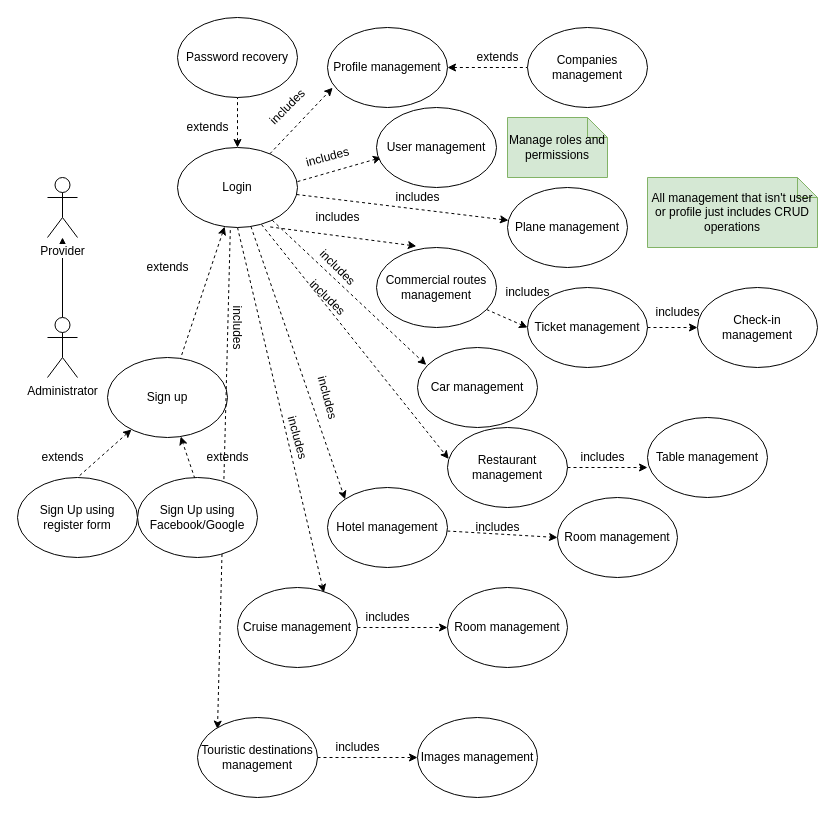
The draw.io diagram Vacanze/Use cases.drawio in NeutronBlast/IS-Ex, before the edit. Source tidied: cells renumbered, new cells numbered last; positions are measured from the earlier drawing's top-left corner, leaving out a move shared by most shapes. Both pictures are drawn from the tidied source at 100%, with x=0, y=0 at pixel (17, 17).
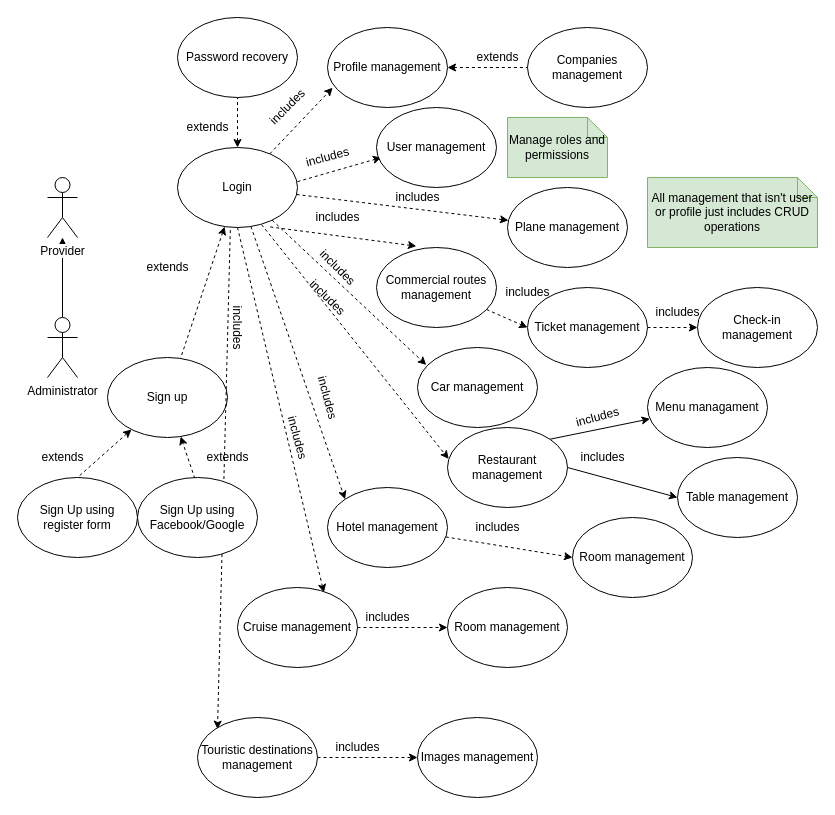
After the change.

The change refers to these unchanged cells:
```xml
<mxCell id="45" value="Restaurant management" style="ellipse;whiteSpace=wrap;html=1;" parent="1" vertex="1">
  <mxGeometry x="430" y="410" width="120" height="80" as="geometry" />
</mxCell>
```

The edit, as a diff of the source:
```diff
@@
-    <mxCell id="44" style="edgeStyle=orthogonalEdgeStyle;rounded=0;jettySize=auto;html=1;exitX=1;exitY=0.5;exitDx=0;exitDy=0;dashed=1;" parent="1" edge="1" source="45">
-      <mxGeometry relative="1" as="geometry">
-        <mxPoint x="630" y="450" as="targetPoint" />
-      </mxGeometry>
+    <mxCell id="44" style="rounded=0;jettySize=auto;html=1;exitX=1;exitY=0.5;exitDx=0;exitDy=0;entryX=0;entryY=0.5;entryDx=0;entryDy=0;" parent="1" edge="1" source="45" target="60">
+      <mxGeometry relative="1" as="geometry" />
     </mxCell>
+    <mxCell id="68" style="rounded=0;jettySize=auto;html=1;exitX=1;exitY=0;exitDx=0;exitDy=0;startArrow=none;startFill=0;endArrow=classic;endFill=1;" parent="1" edge="1" source="45" target="70">
+      <mxGeometry relative="1" as="geometry" />
+    </mxCell>
@@
     <mxCell id="52" value="Room management" style="ellipse;whiteSpace=wrap;html=1;" parent="1" vertex="1">
-      <mxGeometry x="540" y="480" width="120" height="80" as="geometry" />
+      <mxGeometry x="555" y="500" width="120" height="80" as="geometry" />
     </mxCell>
@@
     <mxCell id="60" value="Table management" style="ellipse;whiteSpace=wrap;html=1;" parent="1" vertex="1">
-      <mxGeometry x="630" y="400" width="120" height="80" as="geometry" />
+      <mxGeometry x="660" y="440" width="120" height="80" as="geometry" />
     </mxCell>
@@
+    <mxCell id="69" value="includes" style="text;html=1;align=center;verticalAlign=middle;rotation=-15;" parent="1" vertex="1">
+      <mxGeometry x="550" y="390" width="60" height="20" as="geometry" />
+    </mxCell>
+    <mxCell id="70" value="Menu managament" style="ellipse;whiteSpace=wrap;html=1;" parent="1" vertex="1">
+      <mxGeometry x="630" y="350" width="120" height="80" as="geometry" />
+    </mxCell>
```
